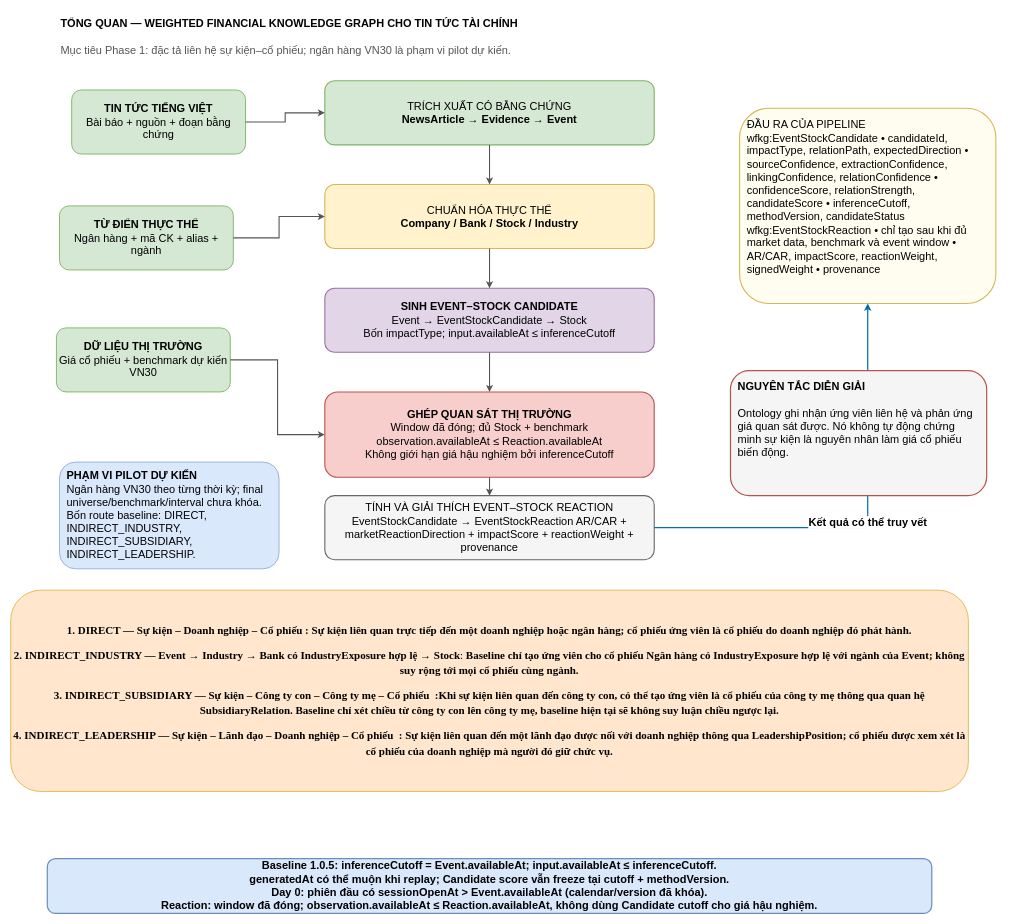
Lequynhlan/master_thesis_draf keeps this draw.io diagram as page "01-Tổng quan đề tài" (2 of 7) of chỉnh sửa mới nhất - 01-10/master_thesis_v1_synced_01-10.drawio. Above is the earlier version. Source tidied: cells renumbered, new cells numbered last; positions are measured from the earlier drawing's top-left corner, leaving out a move shared by most shapes. Both pictures are drawn from the tidied source at 61%, with x=0, y=0 at pixel (10, 10).
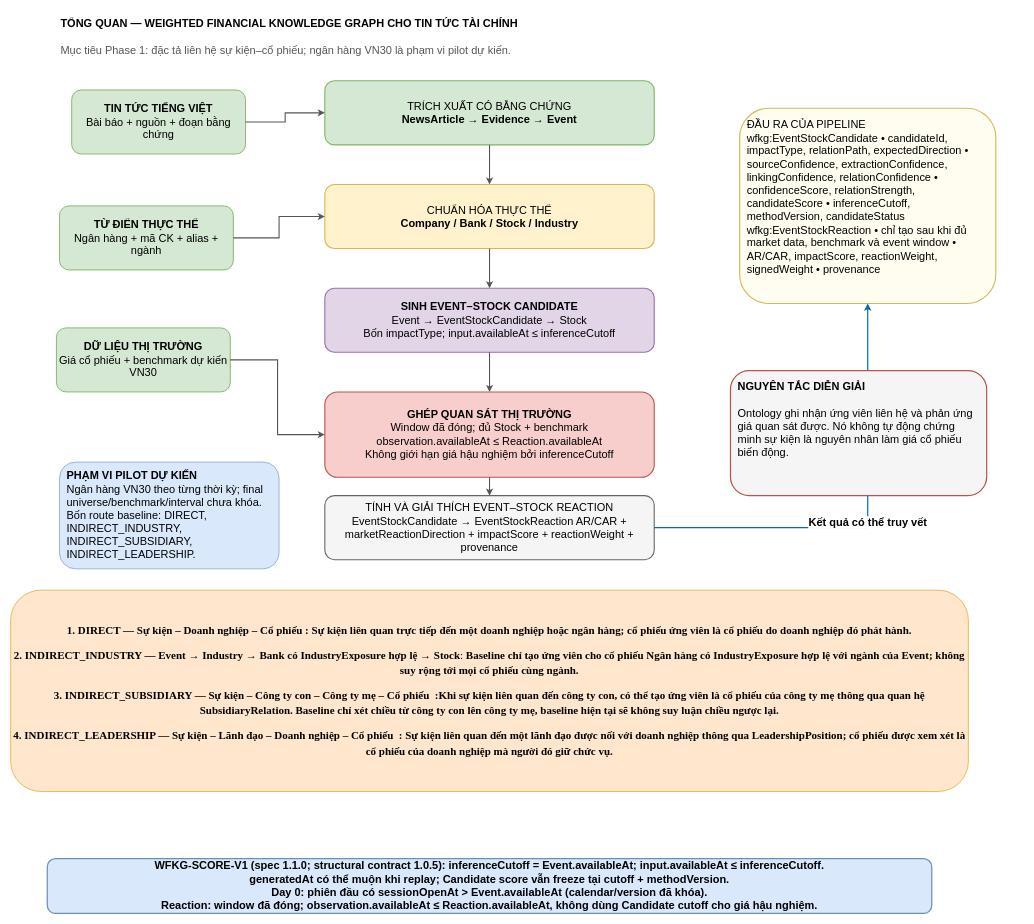
Above is the later version.

Diff of the diagram source:
```diff
@@
-    <mxCell id="23" value="Baseline 1.0.5: inferenceCutoff = Event.availableAt; input.availableAt ≤ inferenceCutoff.&lt;br&gt;generatedAt có thể muộn khi replay; Candidate score vẫn freeze tại cutoff + methodVersion.&lt;br&gt;Day 0: phiên đầu có sessionOpenAt &gt; Event.availableAt (calendar/version đã khóa).&lt;br&gt;Reaction: window đã đóng; observation.availableAt ≤ Reaction.availableAt, không dùng Candidate cutoff cho giá hậu nghiệm." style="rounded=1;whiteSpace=wrap;html=1;align=center;verticalAlign=middle;spacing=8;fillColor=#dae8fc;strokeColor=#6c8ebf;strokeWidth=2;fontSize=18;fontStyle=1;" parent="1" vertex="1">
+    <mxCell id="23" value="WFKG-SCORE-V1 (spec 1.1.0; structural contract 1.0.5): inferenceCutoff = Event.availableAt; input.availableAt ≤ inferenceCutoff.&lt;br&gt;generatedAt có thể muộn khi replay; Candidate score vẫn freeze tại cutoff + methodVersion.&lt;br&gt;Day 0: phiên đầu có sessionOpenAt &gt; Event.availableAt (calendar/version đã khóa).&lt;br&gt;Reaction: window đã đóng; observation.availableAt ≤ Reaction.availableAt, không dùng Candidate cutoff cho giá hậu nghiệm." style="rounded=1;whiteSpace=wrap;html=1;align=center;verticalAlign=middle;spacing=8;fillColor=#dae8fc;strokeColor=#6c8ebf;strokeWidth=2;fontSize=18;fontStyle=1;" parent="1" vertex="1">
       <mxGeometry x="60" y="1390" width="1450" height="90" as="geometry" />
     </mxCell>
```
